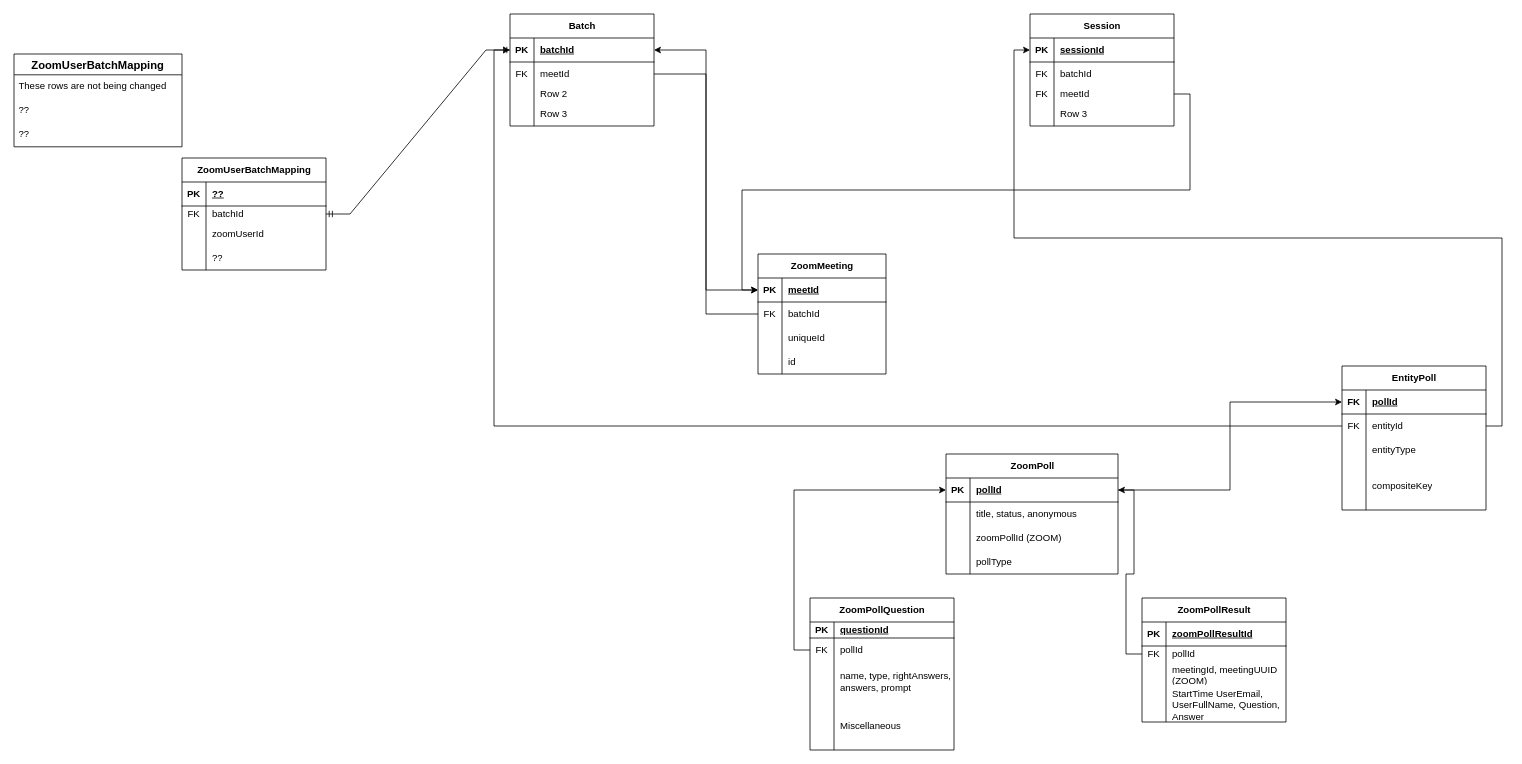
Above: iECHOBatchIDMismatch.drawio in wardance-ferret/drawio (draw.io), before the change. Source tidied: cells renumbered, new cells numbered last; positions are measured from the earlier drawing's top-left corner, leaving out a move shared by most shapes. Both pictures are drawn from the tidied source at 80%, with x=0, y=0 at pixel (-322, 14).
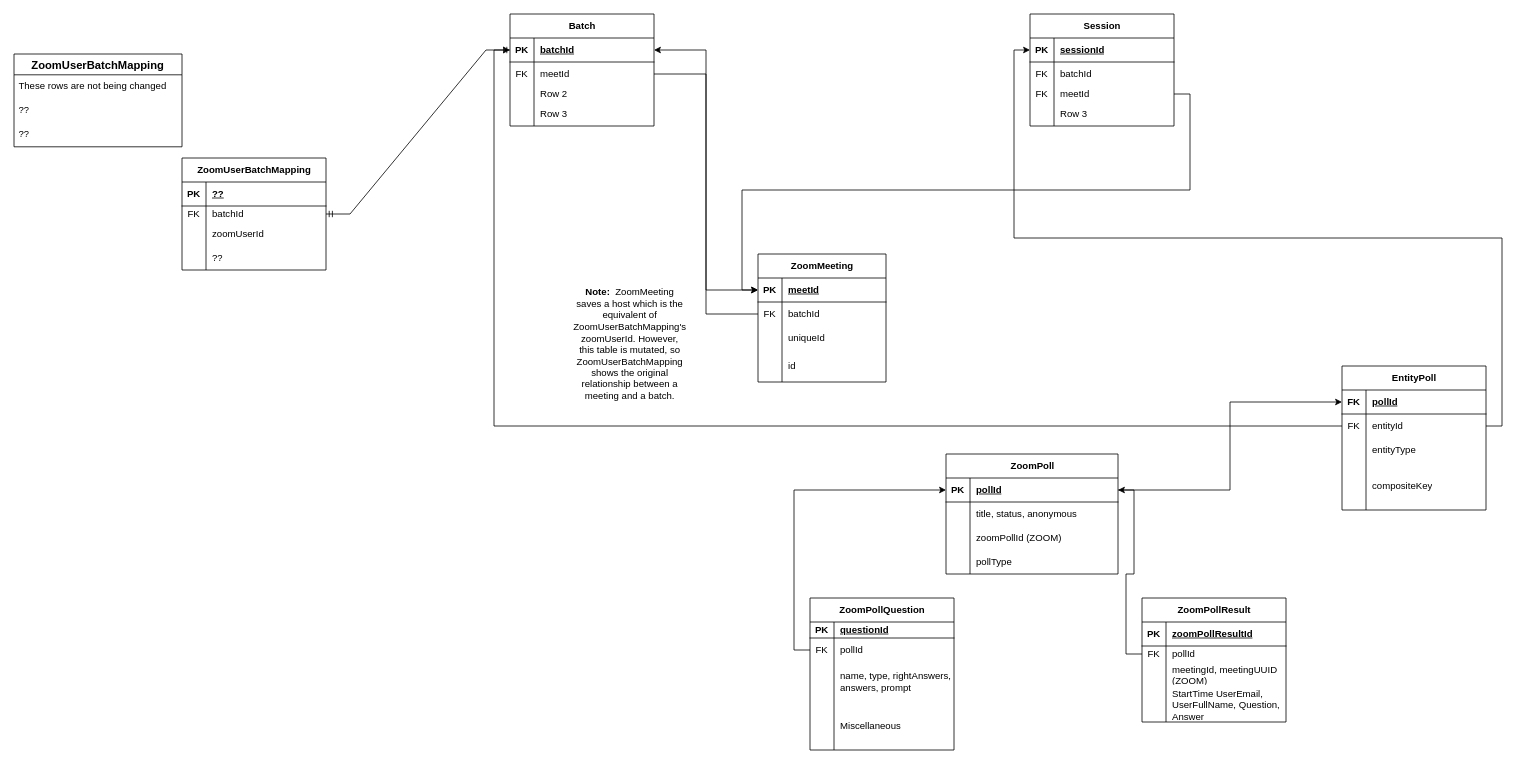
After the change.

The edit, as a diff of the source:
```diff
@@
     <mxCell id="28" value="ZoomMeeting" style="shape=table;startSize=30;childLayout=tableLayout;rowLines=0;fontStyle=1;align=center;html=1;" parent="1" vertex="1">
-      <mxGeometry x="1350" y="300" width="160" height="150" as="geometry" />
+      <mxGeometry x="1350" y="300" width="160" height="160" as="geometry" />
     </mxCell>
@@
     <mxCell id="38" style="shape=tableRow;horizontal=0;startSize=0;swimlaneHead=0;swimlaneBody=0;fillColor=none;top=0;left=0;right=0;bottom=0;" parent="28" vertex="1">
-      <mxGeometry y="120" width="160" height="30" as="geometry" />
+      <mxGeometry y="120" width="160" height="40" as="geometry" />
     </mxCell>
     <mxCell id="39" style="shape=partialRectangle;fillColor=none;top=0;left=0;bottom=0;right=0;overflow=hidden;whiteSpace=wrap;html=1;" parent="38" vertex="1">
-      <mxGeometry width="30" height="30" as="geometry" />
+      <mxGeometry width="30" height="40" as="geometry" />
     </mxCell>
     <mxCell id="40" value="id" style="shape=partialRectangle;fillColor=none;top=0;left=0;bottom=0;right=0;align=left;spacingLeft=6;overflow=hidden;whiteSpace=wrap;html=1;" parent="38" vertex="1">
-      <mxGeometry x="30" width="130" height="30" as="geometry" />
+      <mxGeometry x="30" width="130" height="40" as="geometry" />
     </mxCell>
@@
+    <mxCell id="121" value="&lt;div&gt;&lt;b&gt;Note:&lt;/b&gt;&amp;nbsp; ZoomMeeting saves a host which is the equivalent of ZoomUserBatchMapping's zoomUserId. However, this table is mutated, so ZoomUserBatchMapping shows the original relationship between a meeting and a batch.&lt;/div&gt;&lt;div&gt;&lt;br&gt; &lt;/div&gt;" style="text;html=1;align=center;verticalAlign=middle;whiteSpace=wrap;rounded=0;" parent="1" vertex="1">
+      <mxGeometry x="1120" y="380" width="140" height="80" as="geometry" />
+    </mxCell>
```
